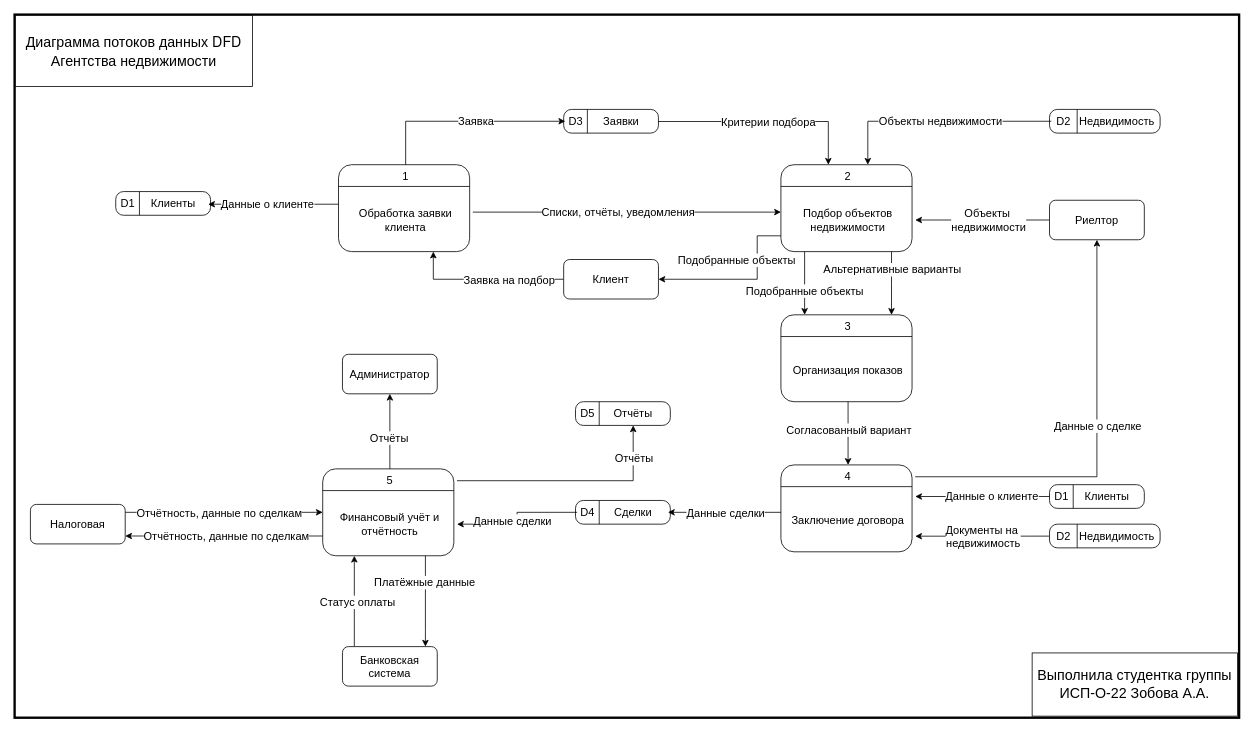
Before: page "DFD контекстная" (5 of 6) of media/Диаграммы - Попов А.В..drawio in ColdenI/Diploma-IS-food-production, a draw.io diagram. Source tidied: cells renumbered, new cells numbered last; positions are measured from the earlier drawing's top-left corner, leaving out a move shared by most shapes. Both pictures are drawn from the tidied source at 79%, with x=0, y=0 at pixel (14, 14).
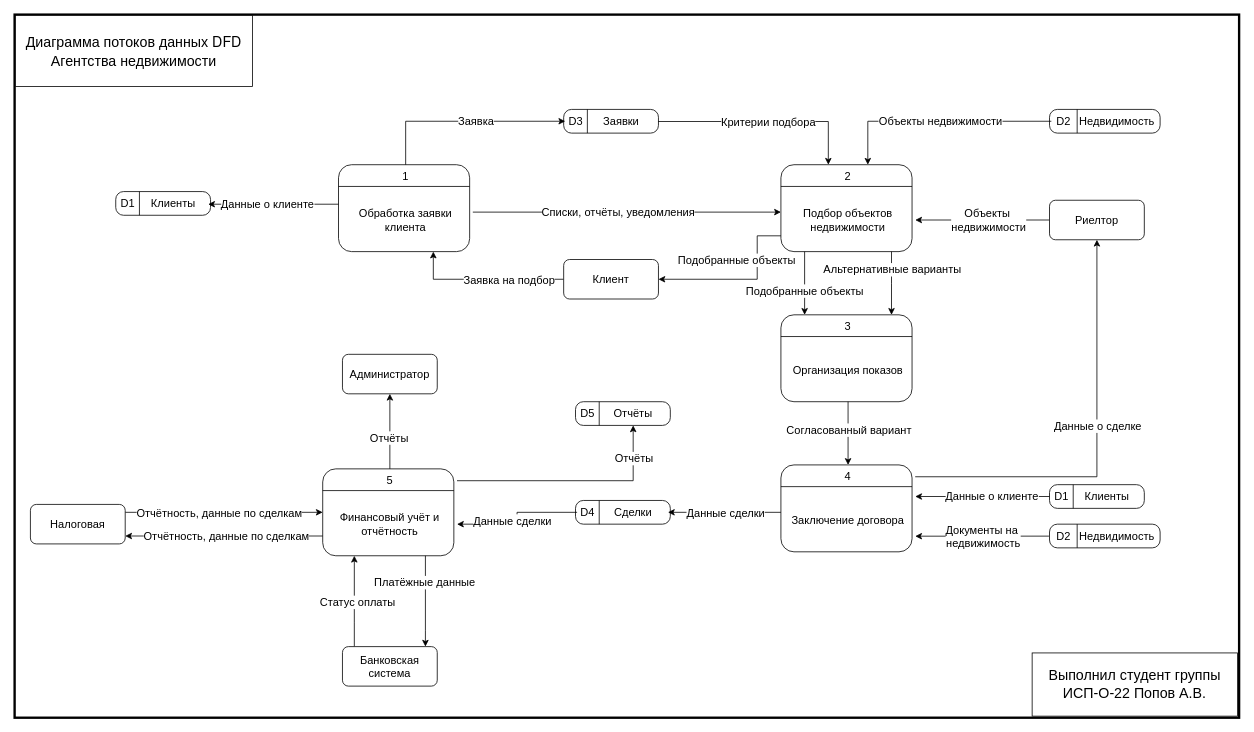
The same page after the edit.

What changed in the source:
```diff
@@
-    <mxCell id="113" value="Выполнила студентка группы ИСП-О-22 Зобова А.А." style="rounded=0;whiteSpace=wrap;html=1;fontSize=18;" parent="1" vertex="1">
+    <mxCell id="113" value="Выполнил студент группы ИСП-О-22 Попов А.В." style="rounded=0;whiteSpace=wrap;html=1;fontSize=18;" parent="1" vertex="1">
       <mxGeometry x="1288" y="808" width="260" height="80" as="geometry" />
     </mxCell>
```
